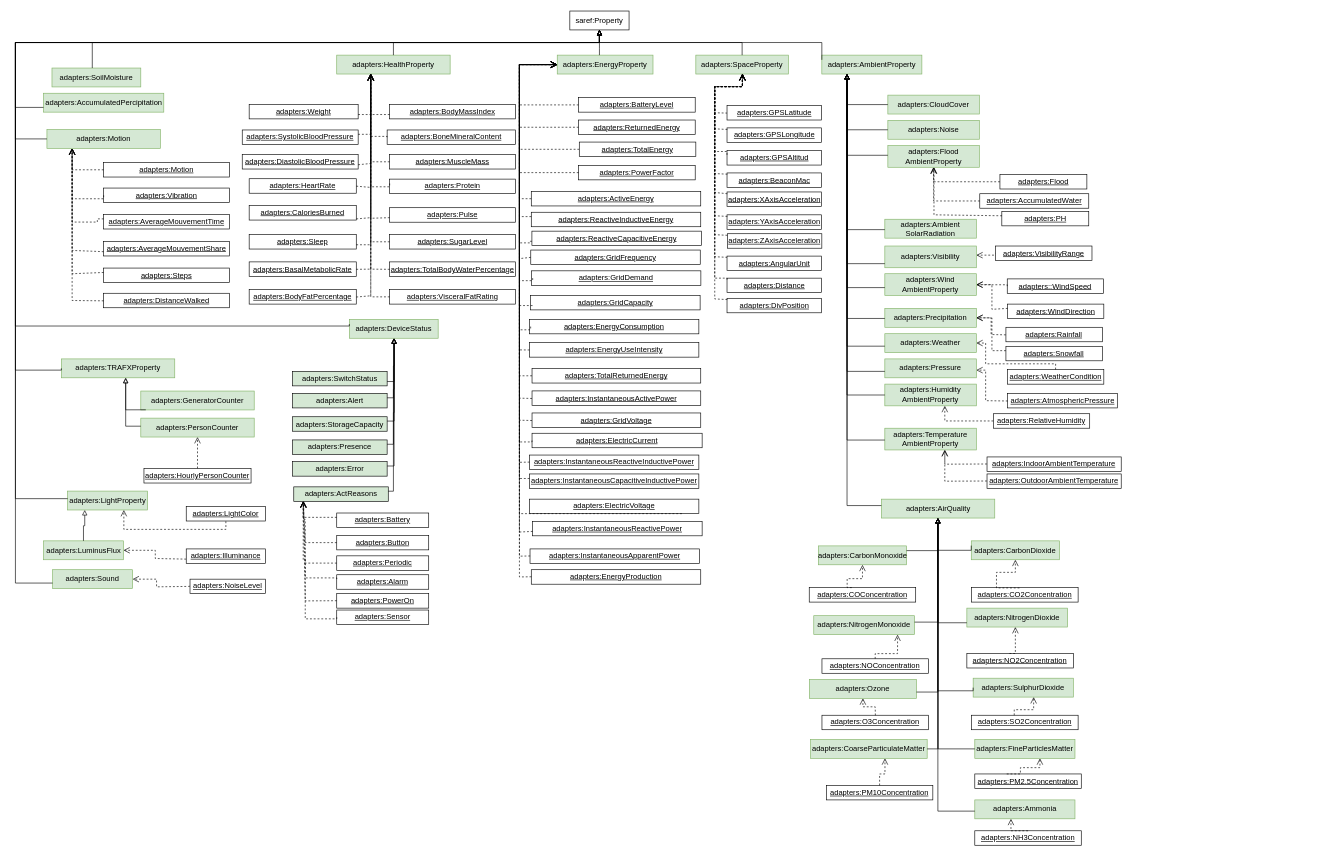
Before: Diagrams/properties.drawio in oeg-upm/auroral-adapters-ontology, a draw.io diagram. Source tidied: cells renumbered, new cells numbered last; positions are measured from the earlier drawing's top-left corner, leaving out a move shared by most shapes. Both pictures are drawn from the tidied source at 63%, with x=0, y=0 at pixel (15, 11).
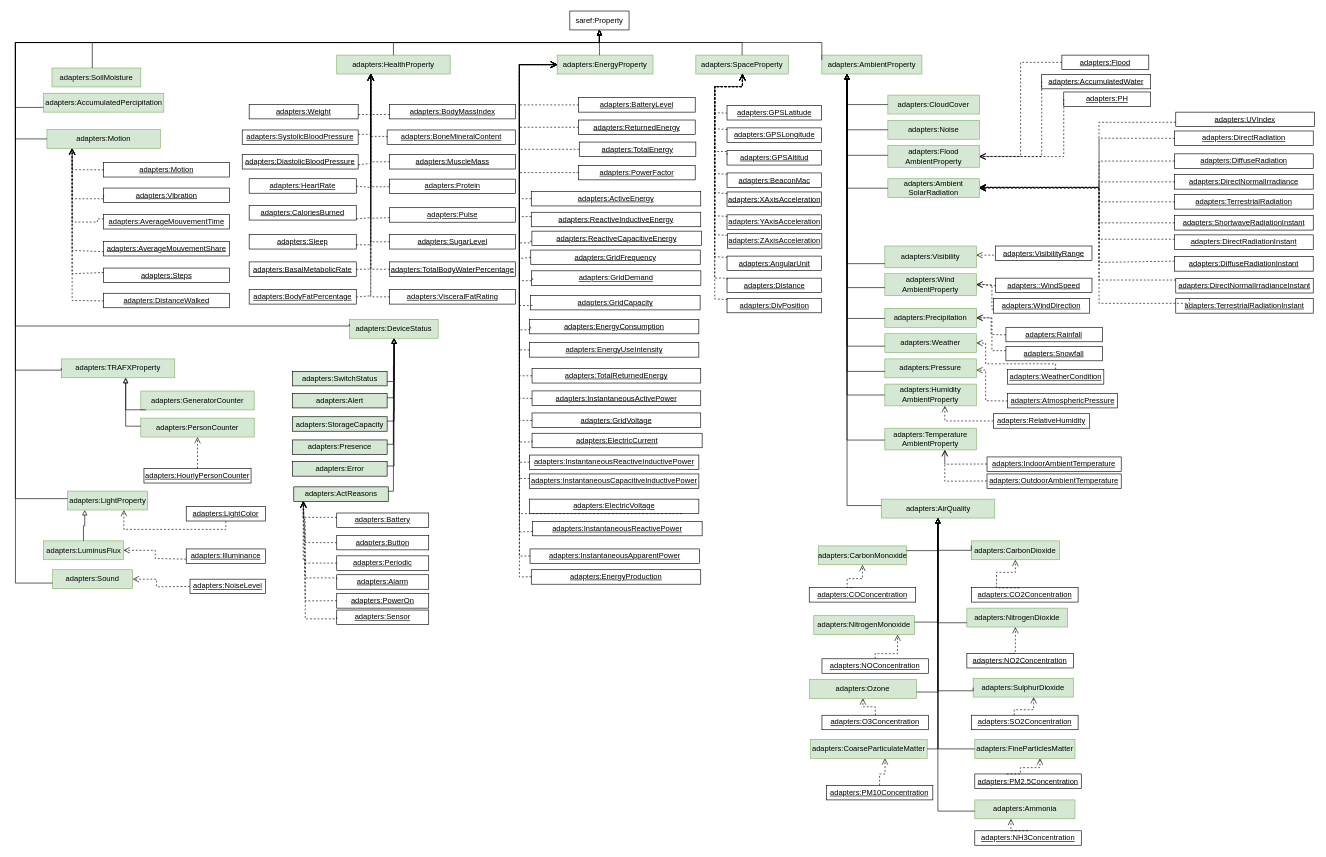
Above is the later version.

The change refers to these unchanged cells:
```xml
<mxCell id="3" value="adapters:AmbientProperty" style="rounded=0;whiteSpace=wrap;html=1;fillColor=#d5e8d4;strokeColor=#82b366;" parent="1" vertex="1">
  <mxGeometry x="1280" y="70" width="158.8" height="30" as="geometry" />
</mxCell>
<mxCell id="10" value="adapters:Flood&lt;br&gt;AmbientProperty" style="rounded=0;html=1;fillColor=#d5e8d4;strokeColor=#82b366;verticalAlign=middle;whiteSpace=wrap;" parent="1" vertex="1">
  <mxGeometry x="1384.8" y="213.5" width="145.2" height="34.5" as="geometry" />
</mxCell>
<mxCell id="12" value="adapters:Wind&lt;br&gt;AmbientProperty" style="rounded=0;html=1;fillColor=#d5e8d4;strokeColor=#82b366;verticalAlign=middle;whiteSpace=wrap;" parent="1" vertex="1">
  <mxGeometry x="1380" y="417" width="145.2" height="34.5" as="geometry" />
</mxCell>
```

The edit, as a diff of the source:
```diff
@@
     <mxCell id="13" value="adapters:Ambient&lt;br&gt;SolarRadiation" style="rounded=0;whiteSpace=wrap;html=1;fillColor=#d5e8d4;strokeColor=#82b366;" parent="1" vertex="1">
-      <mxGeometry x="1380" y="330.5" width="145.2" height="30" as="geometry" />
+      <mxGeometry x="1384.8" y="266.2" width="145.2" height="30" as="geometry" />
     </mxCell>
@@
-    <mxCell id="26" style="endArrow=open;html=1;fontColor=#000099;endFill=0;dashed=1;endSize=8;exitX=0;exitY=0.5;exitDx=0;exitDy=0;edgeStyle=orthogonalEdgeStyle;arcSize=0;" parent="1" edge="1" source="27" target="10">
+    <mxCell id="26" style="endArrow=open;html=1;fontColor=#000099;endFill=0;dashed=1;endSize=8;exitX=0;exitY=0.5;exitDx=0;exitDy=0;edgeStyle=orthogonalEdgeStyle;arcSize=0;entryX=1;entryY=0.5;entryDx=0;entryDy=0;" parent="1" edge="1" source="27" target="10">
       <mxGeometry relative="1" as="geometry" />
     </mxCell>
     <mxCell id="27" value="&lt;u&gt;adapters:Flood&lt;/u&gt;" style="rounded=0;whiteSpace=wrap;html=1;snapToPoint=1;points=[[0.1,0],[0.2,0],[0.3,0],[0.4,0],[0.5,0],[0.6,0],[0.7,0],[0.8,0],[0.9,0],[0,0.1],[0,0.3],[0,0.5],[0,0.7],[0,0.9],[0.1,1],[0.2,1],[0.3,1],[0.4,1],[0.5,1],[0.6,1],[0.7,1],[0.8,1],[0.9,1],[1,0.1],[1,0.3],[1,0.5],[1,0.7],[1,0.9]];" parent="1" vertex="1">
-      <mxGeometry x="1562.7" y="259.5" width="138" height="23" as="geometry" />
+      <mxGeometry x="1661" y="70" width="138" height="23" as="geometry" />
     </mxCell>
     <mxCell id="28" value="&lt;u&gt;adapters:&lt;/u&gt;&lt;u&gt;AccumulatedWater&lt;/u&gt;" style="rounded=0;whiteSpace=wrap;html=1;snapToPoint=1;points=[[0.1,0],[0.2,0],[0.3,0],[0.4,0],[0.5,0],[0.6,0],[0.7,0],[0.8,0],[0.9,0],[0,0.1],[0,0.3],[0,0.5],[0,0.7],[0,0.9],[0.1,1],[0.2,1],[0.3,1],[0.4,1],[0.5,1],[0.6,1],[0.7,1],[0.8,1],[0.9,1],[1,0.1],[1,0.3],[1,0.5],[1,0.7],[1,0.9]];" parent="1" vertex="1">
-      <mxGeometry x="1530.7" y="290" width="173" height="23" as="geometry" />
+      <mxGeometry x="1629" y="100.5" width="173" height="23" as="geometry" />
     </mxCell>
     <mxCell id="29" style="endArrow=open;html=1;fontColor=#000099;endFill=0;dashed=1;endSize=8;exitX=0;exitY=0.5;exitDx=0;exitDy=0;edgeStyle=orthogonalEdgeStyle;arcSize=0;" parent="1" edge="1" source="28" target="10">
-      <mxGeometry relative="1" as="geometry" />
+      <mxGeometry relative="1" as="geometry">
+        <Array as="points">
+          <mxPoint x="1629" y="231" />
+        </Array>
+      </mxGeometry>
     </mxCell>
     <mxCell id="30" value="&lt;u&gt;adapters:PH&lt;/u&gt;" style="rounded=0;whiteSpace=wrap;html=1;snapToPoint=1;points=[[0.1,0],[0.2,0],[0.3,0],[0.4,0],[0.5,0],[0.6,0],[0.7,0],[0.8,0],[0.9,0],[0,0.1],[0,0.3],[0,0.5],[0,0.7],[0,0.9],[0.1,1],[0.2,1],[0.3,1],[0.4,1],[0.5,1],[0.6,1],[0.7,1],[0.8,1],[0.9,1],[1,0.1],[1,0.3],[1,0.5],[1,0.7],[1,0.9]];" parent="1" vertex="1">
-      <mxGeometry x="1565.7" y="318" width="138" height="23" as="geometry" />
+      <mxGeometry x="1664" y="128.5" width="138" height="23" as="geometry" />
     </mxCell>
-    <mxCell id="31" style="endArrow=open;html=1;fontColor=#000099;endFill=0;dashed=1;endSize=8;edgeStyle=orthogonalEdgeStyle;arcSize=0;" parent="1" edge="1" source="30" target="10">
+    <mxCell id="31" style="endArrow=open;html=1;fontColor=#000099;endFill=0;dashed=1;endSize=8;edgeStyle=orthogonalEdgeStyle;arcSize=0;exitX=0;exitY=0.5;exitDx=0;exitDy=0;" parent="1" edge="1" source="30" target="10">
       <mxGeometry relative="1" as="geometry">
         <Array as="points">
-          <mxPoint x="1576" y="323.5" />
-          <mxPoint x="1458" y="323.5" />
+          <mxPoint x="1664" y="231" />
         </Array>
       </mxGeometry>
     </mxCell>
@@
     <mxCell id="54" value="&lt;u&gt;adapters:&lt;/u&gt;&lt;u&gt;:WindSpeed&lt;/u&gt;" style="rounded=0;whiteSpace=wrap;html=1;snapToPoint=1;points=[[0.1,0],[0.2,0],[0.3,0],[0.4,0],[0.5,0],[0.6,0],[0.7,0],[0.8,0],[0.9,0],[0,0.1],[0,0.3],[0,0.5],[0,0.7],[0,0.9],[0.1,1],[0.2,1],[0.3,1],[0.4,1],[0.5,1],[0.6,1],[0.7,1],[0.8,1],[0.9,1],[1,0.1],[1,0.3],[1,0.5],[1,0.7],[1,0.9]];" parent="1" vertex="1">
-      <mxGeometry x="1574.3" y="425.2" width="153" height="23" as="geometry" />
+      <mxGeometry x="1555.8" y="424" width="153" height="23" as="geometry" />
     </mxCell>
     <mxCell id="55" value="&lt;u&gt;adapters:&lt;/u&gt;&lt;u&gt;WindDirection&lt;/u&gt;" style="rounded=0;whiteSpace=wrap;html=1;snapToPoint=1;points=[[0.1,0],[0.2,0],[0.3,0],[0.4,0],[0.5,0],[0.6,0],[0.7,0],[0.8,0],[0.9,0],[0,0.1],[0,0.3],[0,0.5],[0,0.7],[0,0.9],[0.1,1],[0.2,1],[0.3,1],[0.4,1],[0.5,1],[0.6,1],[0.7,1],[0.8,1],[0.9,1],[1,0.1],[1,0.3],[1,0.5],[1,0.7],[1,0.9]];" parent="1" vertex="1">
-      <mxGeometry x="1574.6" y="465.2" width="153" height="23" as="geometry" />
+      <mxGeometry x="1552.2" y="456.6" width="153" height="23" as="geometry" />
     </mxCell>
-    <mxCell id="56" style="endArrow=open;html=1;fontColor=#000099;endFill=0;dashed=1;endSize=8;exitX=0;exitY=0.5;exitDx=0;exitDy=0;edgeStyle=orthogonalEdgeStyle;arcSize=0;" parent="1" edge="1" source="54" target="12">
-      <mxGeometry relative="1" as="geometry">
-        <Array as="points">
-          <mxPoint x="1574" y="434.5" />
-        </Array>
-      </mxGeometry>
+    <mxCell id="56" style="endArrow=open;html=1;fontColor=#000099;endFill=0;dashed=1;endSize=8;edgeStyle=orthogonalEdgeStyle;arcSize=0;" parent="1" edge="1" source="54" target="12">
+      <mxGeometry relative="1" as="geometry" />
     </mxCell>
@@
     <mxCell id="229" style="edgeStyle=orthogonalEdgeStyle;rounded=0;jettySize=auto;html=1;fontSize=11;endArrow=block;endFill=0;" parent="1" edge="1" source="13" target="3">
       <mxGeometry relative="1" as="geometry">
         <Array as="points">
-          <mxPoint x="1320" y="347" />
+          <mxPoint x="1320" y="281" />
         </Array>
       </mxGeometry>
     </mxCell>
@@
+    <mxCell id="257" value="&lt;u&gt;adapters:DirectRadiation&lt;/u&gt;" style="rounded=0;whiteSpace=wrap;html=1;snapToPoint=1;points=[[0.1,0],[0.2,0],[0.3,0],[0.4,0],[0.5,0],[0.6,0],[0.7,0],[0.8,0],[0.9,0],[0,0.1],[0,0.3],[0,0.5],[0,0.7],[0,0.9],[0.1,1],[0.2,1],[0.3,1],[0.4,1],[0.5,1],[0.6,1],[0.7,1],[0.8,1],[0.9,1],[1,0.1],[1,0.3],[1,0.5],[1,0.7],[1,0.9]];" parent="1" vertex="1">
+      <mxGeometry x="1840" y="190.4" width="220" height="23" as="geometry" />
+    </mxCell>
+    <mxCell id="258" value="&lt;u&gt;adapters:DiffuseRadiation&lt;/u&gt;" style="rounded=0;whiteSpace=wrap;html=1;snapToPoint=1;points=[[0.1,0],[0.2,0],[0.3,0],[0.4,0],[0.5,0],[0.6,0],[0.7,0],[0.8,0],[0.9,0],[0,0.1],[0,0.3],[0,0.5],[0,0.7],[0,0.9],[0.1,1],[0.2,1],[0.3,1],[0.4,1],[0.5,1],[0.6,1],[0.7,1],[0.8,1],[0.9,1],[1,0.1],[1,0.3],[1,0.5],[1,0.7],[1,0.9]];" parent="1" vertex="1">
+      <mxGeometry x="1840" y="226.7" width="220" height="23" as="geometry" />
+    </mxCell>
+    <mxCell id="259" value="&lt;u&gt;adapters:DirectNormalIrradiance&lt;/u&gt;" style="rounded=0;whiteSpace=wrap;html=1;snapToPoint=1;points=[[0.1,0],[0.2,0],[0.3,0],[0.4,0],[0.5,0],[0.6,0],[0.7,0],[0.8,0],[0.9,0],[0,0.1],[0,0.3],[0,0.5],[0,0.7],[0,0.9],[0.1,1],[0.2,1],[0.3,1],[0.4,1],[0.5,1],[0.6,1],[0.7,1],[0.8,1],[0.9,1],[1,0.1],[1,0.3],[1,0.5],[1,0.7],[1,0.9]];" parent="1" vertex="1">
+      <mxGeometry x="1840" y="259.7" width="220" height="23" as="geometry" />
+    </mxCell>
+    <mxCell id="260" value="&lt;u&gt;adapters:TerrestrialRadiation&lt;/u&gt;" style="rounded=0;whiteSpace=wrap;html=1;snapToPoint=1;points=[[0.1,0],[0.2,0],[0.3,0],[0.4,0],[0.5,0],[0.6,0],[0.7,0],[0.8,0],[0.9,0],[0,0.1],[0,0.3],[0,0.5],[0,0.7],[0,0.9],[0.1,1],[0.2,1],[0.3,1],[0.4,1],[0.5,1],[0.6,1],[0.7,1],[0.8,1],[0.9,1],[1,0.1],[1,0.3],[1,0.5],[1,0.7],[1,0.9]];" parent="1" vertex="1">
+      <mxGeometry x="1840" y="291.4" width="220" height="23" as="geometry" />
+    </mxCell>
+    <mxCell id="261" value="&lt;u&gt;adapters:ShortwaveRadiationInstant&lt;/u&gt;" style="rounded=0;whiteSpace=wrap;html=1;snapToPoint=1;points=[[0.1,0],[0.2,0],[0.3,0],[0.4,0],[0.5,0],[0.6,0],[0.7,0],[0.8,0],[0.9,0],[0,0.1],[0,0.3],[0,0.5],[0,0.7],[0,0.9],[0.1,1],[0.2,1],[0.3,1],[0.4,1],[0.5,1],[0.6,1],[0.7,1],[0.8,1],[0.9,1],[1,0.1],[1,0.3],[1,0.5],[1,0.7],[1,0.9]];" parent="1" vertex="1">
+      <mxGeometry x="1840" y="324.7" width="220" height="23" as="geometry" />
+    </mxCell>
+    <mxCell id="262" value="&lt;u&gt;adapters:DirectRadiationInstant&lt;/u&gt;" style="rounded=0;whiteSpace=wrap;html=1;snapToPoint=1;points=[[0.1,0],[0.2,0],[0.3,0],[0.4,0],[0.5,0],[0.6,0],[0.7,0],[0.8,0],[0.9,0],[0,0.1],[0,0.3],[0,0.5],[0,0.7],[0,0.9],[0.1,1],[0.2,1],[0.3,1],[0.4,1],[0.5,1],[0.6,1],[0.7,1],[0.8,1],[0.9,1],[1,0.1],[1,0.3],[1,0.5],[1,0.7],[1,0.9]];" parent="1" vertex="1">
+      <mxGeometry x="1840" y="355.3" width="220" height="23" as="geometry" />
+    </mxCell>
+    <mxCell id="263" value="&lt;u&gt;adapters:DiffuseRadiationInstant&lt;/u&gt;" style="rounded=0;whiteSpace=wrap;html=1;snapToPoint=1;points=[[0.1,0],[0.2,0],[0.3,0],[0.4,0],[0.5,0],[0.6,0],[0.7,0],[0.8,0],[0.9,0],[0,0.1],[0,0.3],[0,0.5],[0,0.7],[0,0.9],[0.1,1],[0.2,1],[0.3,1],[0.4,1],[0.5,1],[0.6,1],[0.7,1],[0.8,1],[0.9,1],[1,0.1],[1,0.3],[1,0.5],[1,0.7],[1,0.9]];" parent="1" vertex="1">
+      <mxGeometry x="1840" y="389.9" width="220" height="23" as="geometry" />
+    </mxCell>
+    <mxCell id="264" value="&lt;u&gt;adapters:DirectNormalIrradianceInstant&lt;/u&gt;" style="rounded=0;whiteSpace=wrap;html=1;snapToPoint=1;points=[[0.1,0],[0.2,0],[0.3,0],[0.4,0],[0.5,0],[0.6,0],[0.7,0],[0.8,0],[0.9,0],[0,0.1],[0,0.3],[0,0.5],[0,0.7],[0,0.9],[0.1,1],[0.2,1],[0.3,1],[0.4,1],[0.5,1],[0.6,1],[0.7,1],[0.8,1],[0.9,1],[1,0.1],[1,0.3],[1,0.5],[1,0.7],[1,0.9]];" parent="1" vertex="1">
+      <mxGeometry x="1841.8" y="424.6" width="218.2" height="23" as="geometry" />
+    </mxCell>
+    <mxCell id="265" value="&lt;u&gt;adapters:TerrestrialRadiationInstant&lt;/u&gt;" style="rounded=0;whiteSpace=wrap;html=1;snapToPoint=1;points=[[0.1,0],[0.2,0],[0.3,0],[0.4,0],[0.5,0],[0.6,0],[0.7,0],[0.8,0],[0.9,0],[0,0.1],[0,0.3],[0,0.5],[0,0.7],[0,0.9],[0.1,1],[0.2,1],[0.3,1],[0.4,1],[0.5,1],[0.6,1],[0.7,1],[0.8,1],[0.9,1],[1,0.1],[1,0.3],[1,0.5],[1,0.7],[1,0.9]];" parent="1" vertex="1">
+      <mxGeometry x="1841.8" y="456.6" width="218.2" height="23" as="geometry" />
+    </mxCell>
+    <mxCell id="266" style="endArrow=open;html=1;fontColor=#000099;endFill=0;dashed=1;endSize=8;edgeStyle=orthogonalEdgeStyle;arcSize=0;entryX=1;entryY=0.5;entryDx=0;entryDy=0;" parent="1" edge="1" source="257" target="13">
+      <mxGeometry relative="1" as="geometry">
+        <Array as="points">
+          <mxPoint x="1720" y="202" />
+          <mxPoint x="1720" y="281" />
+        </Array>
+      </mxGeometry>
+    </mxCell>
+    <mxCell id="267" style="endArrow=open;html=1;fontColor=#000099;endFill=0;dashed=1;endSize=8;edgeStyle=orthogonalEdgeStyle;arcSize=0;exitX=0;exitY=0.5;exitDx=0;exitDy=0;" parent="1" edge="1" source="258" target="13">
+      <mxGeometry relative="1" as="geometry">
+        <Array as="points">
+          <mxPoint x="1720" y="238" />
+          <mxPoint x="1720" y="280" />
+          <mxPoint x="1540" y="280" />
+          <mxPoint x="1540" y="281" />
+        </Array>
+      </mxGeometry>
+    </mxCell>
+    <mxCell id="268" style="endArrow=open;html=1;fontColor=#000099;endFill=0;dashed=1;endSize=8;edgeStyle=orthogonalEdgeStyle;arcSize=0;exitX=0;exitY=0.5;exitDx=0;exitDy=0;" parent="1" edge="1" source="259" target="13">
+      <mxGeometry relative="1" as="geometry">
+        <Array as="points">
+          <mxPoint x="1720" y="271" />
+          <mxPoint x="1720" y="280" />
+        </Array>
+      </mxGeometry>
+    </mxCell>
+    <mxCell id="269" style="endArrow=open;html=1;fontColor=#000099;endFill=0;dashed=1;endSize=8;edgeStyle=orthogonalEdgeStyle;arcSize=0;exitX=0;exitY=0.5;exitDx=0;exitDy=0;" parent="1" edge="1" source="260" target="13">
+      <mxGeometry relative="1" as="geometry">
+        <Array as="points">
+          <mxPoint x="1720" y="303" />
+          <mxPoint x="1720" y="280" />
+        </Array>
+      </mxGeometry>
+    </mxCell>
+    <mxCell id="270" style="endArrow=open;html=1;fontColor=#000099;endFill=0;dashed=1;endSize=8;edgeStyle=orthogonalEdgeStyle;arcSize=0;exitX=0;exitY=0.5;exitDx=0;exitDy=0;" parent="1" edge="1" source="261" target="13">
+      <mxGeometry relative="1" as="geometry">
+        <Array as="points">
+          <mxPoint x="1720" y="336" />
+          <mxPoint x="1720" y="281" />
+        </Array>
+      </mxGeometry>
+    </mxCell>
+    <mxCell id="271" style="endArrow=open;html=1;fontColor=#000099;endFill=0;dashed=1;endSize=8;edgeStyle=orthogonalEdgeStyle;arcSize=0;exitX=0;exitY=0.3;exitDx=0;exitDy=0;" parent="1" edge="1" source="262" target="13">
+      <mxGeometry relative="1" as="geometry">
+        <Array as="points">
+          <mxPoint x="1720" y="362" />
+          <mxPoint x="1720" y="280" />
+          <mxPoint x="1540" y="280" />
+          <mxPoint x="1540" y="281" />
+        </Array>
+      </mxGeometry>
+    </mxCell>
+    <mxCell id="272" style="endArrow=open;html=1;fontColor=#000099;endFill=0;dashed=1;endSize=8;edgeStyle=orthogonalEdgeStyle;arcSize=0;" parent="1" edge="1" source="263" target="13">
+      <mxGeometry relative="1" as="geometry">
+        <Array as="points">
+          <mxPoint x="1720" y="399" />
+          <mxPoint x="1720" y="280" />
+        </Array>
+      </mxGeometry>
+    </mxCell>
+    <mxCell id="273" style="endArrow=open;html=1;fontColor=#000099;endFill=0;dashed=1;endSize=8;edgeStyle=orthogonalEdgeStyle;arcSize=0;" parent="1" edge="1" source="264" target="13">
+      <mxGeometry relative="1" as="geometry">
+        <Array as="points">
+          <mxPoint x="1720" y="427" />
+          <mxPoint x="1720" y="280" />
+          <mxPoint x="1540" y="280" />
+          <mxPoint x="1540" y="281" />
+        </Array>
+      </mxGeometry>
+    </mxCell>
+    <mxCell id="274" style="endArrow=open;html=1;fontColor=#000099;endFill=0;dashed=1;endSize=8;edgeStyle=orthogonalEdgeStyle;arcSize=0;exitX=0.1;exitY=0;exitDx=0;exitDy=0;" parent="1" edge="1" source="265" target="13">
+      <mxGeometry relative="1" as="geometry">
+        <Array as="points">
+          <mxPoint x="1864" y="464" />
+          <mxPoint x="1720" y="464" />
+          <mxPoint x="1720" y="280" />
+        </Array>
+      </mxGeometry>
+    </mxCell>
+    <mxCell id="275" value="&lt;u&gt;adapters:UVIndex&lt;/u&gt;" style="rounded=0;whiteSpace=wrap;html=1;snapToPoint=1;points=[[0.1,0],[0.2,0],[0.3,0],[0.4,0],[0.5,0],[0.6,0],[0.7,0],[0.8,0],[0.9,0],[0,0.1],[0,0.3],[0,0.5],[0,0.7],[0,0.9],[0.1,1],[0.2,1],[0.3,1],[0.4,1],[0.5,1],[0.6,1],[0.7,1],[0.8,1],[0.9,1],[1,0.1],[1,0.3],[1,0.5],[1,0.7],[1,0.9]];" parent="1" vertex="1">
+      <mxGeometry x="1841.8" y="160.5" width="220" height="23" as="geometry" />
+    </mxCell>
+    <mxCell id="276" style="endArrow=open;html=1;fontColor=#000099;endFill=0;dashed=1;endSize=8;edgeStyle=orthogonalEdgeStyle;arcSize=0;exitX=0;exitY=0.7;exitDx=0;exitDy=0;" parent="1" edge="1" source="275" target="13">
+      <mxGeometry relative="1" as="geometry">
+        <Array as="points">
+          <mxPoint x="1720" y="177" />
+          <mxPoint x="1720" y="280" />
+          <mxPoint x="1540" y="280" />
+          <mxPoint x="1540" y="281" />
+        </Array>
+      </mxGeometry>
+    </mxCell>
```
